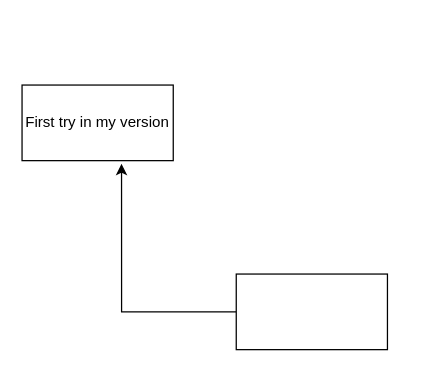
HipppB/safeHub keeps this draw.io diagram as Diagramme sans nom.drawio. Above is the earlier version. Source tidied: cells renumbered, new cells numbered last; positions are measured from the earlier drawing's top-left corner, leaving out a move shared by most shapes. Both pictures are drawn from the tidied source at 126%, with x=0, y=0 at pixel (21, 84).
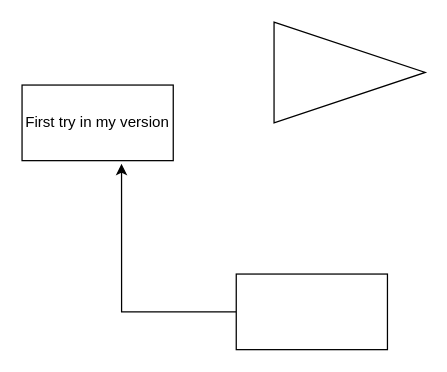
After the change.

Commit message:
Mettre à jour Diagramme sans nom.drawio

What changed in the source:
```diff
@@
 <mxGraphModel>
   <root>
     <mxCell id="0" />
     <mxCell id="1" parent="0" />
     <mxCell id="2" style="edgeStyle=orthogonalEdgeStyle;rounded=0;jettySize=auto;html=1;entryX=0.658;entryY=1.042;entryDx=0;entryDy=0;entryPerimeter=0;" parent="1" edge="1" source="3" target="4">
       <mxGeometry relative="1" as="geometry" />
     </mxCell>
     <mxCell id="3" style="rounded=0;whiteSpace=wrap;html=1;" parent="1" vertex="1">
       <mxGeometry x="170" y="150" width="120" height="60" as="geometry" />
     </mxCell>
     <mxCell id="4" value="First try in my version" style="rounded=0;whiteSpace=wrap;html=1;" parent="1" vertex="1">
       <mxGeometry width="120" height="60" as="geometry" />
     </mxCell>
+    <mxCell id="5" style="triangle;whiteSpace=wrap;html=1;" parent="1" vertex="1">
+      <mxGeometry x="200" y="-50" width="120" height="80" as="geometry" />
+    </mxCell>
   </root>
 </mxGraphModel>
```
